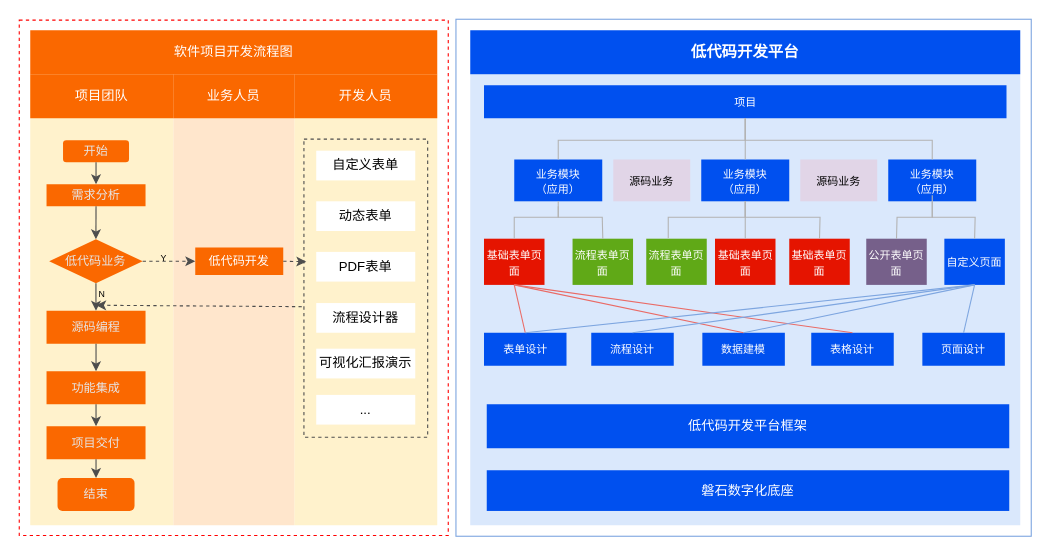
Above: 低代码—研究内容——新版.drawio in tangyaosimida/love (draw.io), before the change. Source tidied: cells renumbered, new cells numbered last; positions are measured from the earlier drawing's top-left corner, leaving out a move shared by most shapes. Both pictures are drawn from the tidied source at 110%, with x=0, y=0 at pixel (19, 19).
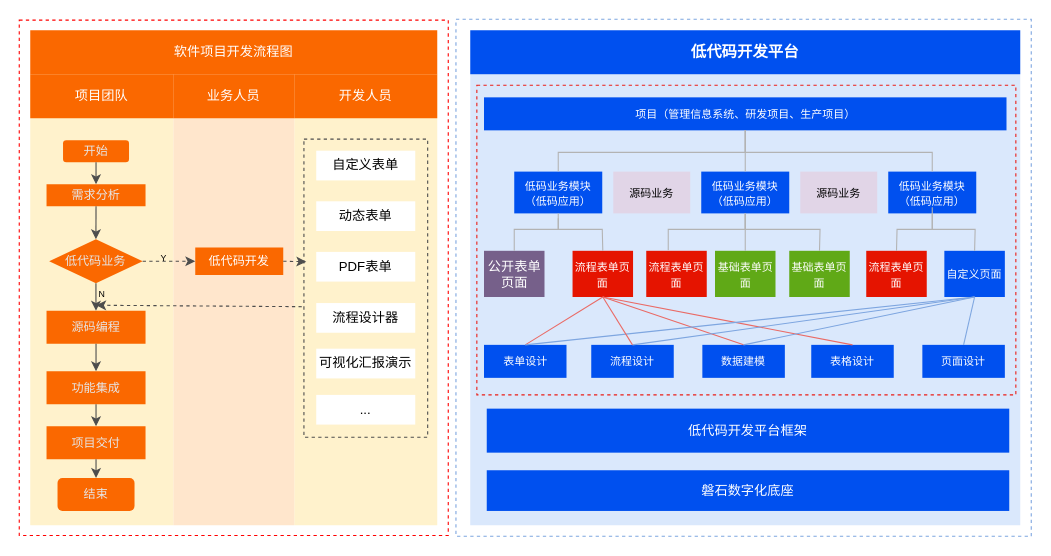
The same diagram, later.

Commit message:
更新低代码—研究内容——新版.drawio

The edit, as a diff of the source:
```diff
@@
+    <mxCell id="34" style="rounded=0;whiteSpace=wrap;html=1;fillColor=none;strokeColor=#7EA6E0;strokeWidth=1;dashed=1;" parent="1" vertex="1">
+      <mxGeometry x="397" width="523" height="470" as="geometry" />
+    </mxCell>
@@
+    <mxCell id="77" style="rounded=0;whiteSpace=wrap;html=1;fillColor=none;dashed=1;strokeColor=#EA1E17;" parent="1" vertex="1">
+      <mxGeometry x="416" y="60" width="490" height="281.5" as="geometry" />
+    </mxCell>
@@
-    <mxCell id="34" style="rounded=0;whiteSpace=wrap;html=1;fillColor=none;strokeColor=#7EA6E0;strokeWidth=1;" parent="1" vertex="1">
-      <mxGeometry x="397" width="523" height="470" as="geometry" />
-    </mxCell>
@@
     <mxCell id="36" value="低代码开发平台框架" style="rounded=0;whiteSpace=wrap;html=1;fillColor=#0050ef;fontColor=#ffffff;strokeColor=none;align=center;" parent="1" vertex="1">
-      <mxGeometry x="425" y="350" width="475" height="40" as="geometry" />
+      <mxGeometry x="425" y="354" width="475" height="40" as="geometry" />
     </mxCell>
@@
-    <mxCell id="41" value="&lt;font style=&quot;font-size: 10px;&quot;&gt;项目&lt;/font&gt;" style="rounded=0;whiteSpace=wrap;html=1;fillColor=#0050ef;fontColor=#ffffff;strokeColor=none;align=center;" parent="1" vertex="1">
-      <mxGeometry x="422.5" y="60" width="475" height="30" as="geometry" />
+    <mxCell id="41" value="&lt;span style=&quot;font-size: 10px;&quot;&gt;项目（管理信息系统、研发项目、生产项目）&lt;/span&gt;" style="rounded=0;whiteSpace=wrap;html=1;fillColor=#0050ef;fontColor=#ffffff;strokeColor=none;align=center;" parent="1" vertex="1">
+      <mxGeometry x="422.5" y="71" width="475" height="30" as="geometry" />
     </mxCell>
-    <mxCell id="42" value="&lt;font style=&quot;font-size: 10px;&quot;&gt;业务模块&lt;/font&gt;&lt;div style=&quot;font-size: 10px;&quot;&gt;&lt;font style=&quot;font-size: 10px;&quot;&gt;（应用）&lt;/font&gt;&lt;/div&gt;" style="rounded=0;whiteSpace=wrap;html=1;fillColor=#0050ef;fontColor=#ffffff;strokeColor=none;align=center;" parent="1" vertex="1">
-      <mxGeometry x="450" y="127.5" width="80" height="38" as="geometry" />
+    <mxCell id="42" value="&lt;font style=&quot;font-size: 10px;&quot;&gt;低码业务模块&lt;/font&gt;&lt;div style=&quot;font-size: 10px;&quot;&gt;&lt;font style=&quot;font-size: 10px;&quot;&gt;（低码应用）&lt;/font&gt;&lt;/div&gt;" style="rounded=0;whiteSpace=wrap;html=1;fillColor=#0050ef;fontColor=#ffffff;strokeColor=none;align=center;" parent="1" vertex="1">
+      <mxGeometry x="450" y="138.5" width="80" height="38" as="geometry" />
     </mxCell>
-    <mxCell id="43" value="&lt;font style=&quot;font-size: 10px;&quot;&gt;流程表单页面&lt;/font&gt;" style="rounded=0;whiteSpace=wrap;html=1;fillColor=#60a917;fontColor=#ffffff;strokeColor=none;align=center;" parent="1" vertex="1">
-      <mxGeometry x="503" y="199.5" width="55" height="42" as="geometry" />
+    <mxCell id="43" value="&lt;font style=&quot;font-size: 10px;&quot;&gt;流程表单页面&lt;/font&gt;" style="rounded=0;whiteSpace=wrap;html=1;fillColor=#e51400;fontColor=#ffffff;strokeColor=none;align=center;" parent="1" vertex="1">
+      <mxGeometry x="503" y="210.5" width="55" height="42" as="geometry" />
     </mxCell>
     <mxCell id="44" value="&lt;font style=&quot;font-size: 10px;&quot;&gt;表单设计&lt;/font&gt;" style="rounded=0;whiteSpace=wrap;html=1;fillColor=#0050ef;fontColor=#ffffff;strokeColor=none;align=center;" parent="1" vertex="1">
-      <mxGeometry x="422.5" y="285" width="75" height="30" as="geometry" />
+      <mxGeometry x="422.5" y="296" width="75" height="30" as="geometry" />
     </mxCell>
@@
-    <mxCell id="46" value="&lt;font style=&quot;font-size: 10px;&quot;&gt;业务模块&lt;/font&gt;&lt;div style=&quot;font-size: 10px;&quot;&gt;&lt;font style=&quot;font-size: 10px;&quot;&gt;（应用）&lt;/font&gt;&lt;/div&gt;" style="rounded=0;whiteSpace=wrap;html=1;fillColor=#0050ef;fontColor=#ffffff;strokeColor=none;align=center;" parent="1" vertex="1">
-      <mxGeometry x="620" y="127.5" width="80" height="38" as="geometry" />
+    <mxCell id="46" value="&lt;font style=&quot;font-size: 10px;&quot;&gt;低码业务模块&lt;/font&gt;&lt;div style=&quot;font-size: 10px;&quot;&gt;&lt;font style=&quot;font-size: 10px;&quot;&gt;（低码应用）&lt;/font&gt;&lt;/div&gt;" style="rounded=0;whiteSpace=wrap;html=1;fillColor=#0050ef;fontColor=#ffffff;strokeColor=none;align=center;" parent="1" vertex="1">
+      <mxGeometry x="620" y="138.5" width="80" height="38" as="geometry" />
     </mxCell>
-    <mxCell id="47" value="&lt;font style=&quot;font-size: 10px;&quot;&gt;业务模块&lt;/font&gt;&lt;div style=&quot;font-size: 10px;&quot;&gt;&lt;font style=&quot;font-size: 10px;&quot;&gt;（应用）&lt;/font&gt;&lt;/div&gt;" style="rounded=0;whiteSpace=wrap;html=1;fillColor=#0050ef;fontColor=#ffffff;strokeColor=none;align=center;" parent="1" vertex="1">
-      <mxGeometry x="790" y="127.5" width="80" height="38" as="geometry" />
+    <mxCell id="47" value="&lt;font style=&quot;font-size: 10px;&quot;&gt;低码业务模块&lt;/font&gt;&lt;div style=&quot;font-size: 10px;&quot;&gt;&lt;font style=&quot;font-size: 10px;&quot;&gt;（低码应用）&lt;/font&gt;&lt;/div&gt;" style="rounded=0;whiteSpace=wrap;html=1;fillColor=#0050ef;fontColor=#ffffff;strokeColor=none;align=center;" parent="1" vertex="1">
+      <mxGeometry x="790" y="138.5" width="80" height="38" as="geometry" />
     </mxCell>
-    <mxCell id="48" value="&lt;font style=&quot;font-size: 10px;&quot;&gt;基础表单页面&lt;/font&gt;" style="rounded=0;whiteSpace=wrap;html=1;fillColor=#e51400;strokeColor=none;align=center;fontColor=#ffffff;" parent="1" vertex="1">
-      <mxGeometry x="422.5" y="199.5" width="55" height="42" as="geometry" />
+    <mxCell id="48" value="公开表单页面" style="rounded=0;whiteSpace=wrap;html=1;fillColor=#76608a;strokeColor=none;align=center;fontColor=#ffffff;" parent="1" vertex="1">
+      <mxGeometry x="422.5" y="210.5" width="55" height="42" as="geometry" />
     </mxCell>
-    <mxCell id="49" value="&lt;font style=&quot;font-size: 10px;&quot;&gt;流程表单页面&lt;/font&gt;" style="rounded=0;whiteSpace=wrap;html=1;fillColor=#60a917;fontColor=#ffffff;strokeColor=none;align=center;" parent="1" vertex="1">
-      <mxGeometry x="570" y="199.5" width="55" height="42" as="geometry" />
+    <mxCell id="49" value="&lt;font style=&quot;font-size: 10px;&quot;&gt;流程表单页面&lt;/font&gt;" style="rounded=0;whiteSpace=wrap;html=1;fillColor=#e51400;fontColor=#ffffff;strokeColor=none;align=center;" parent="1" vertex="1">
+      <mxGeometry x="570" y="210.5" width="55" height="42" as="geometry" />
     </mxCell>
-    <mxCell id="50" value="&lt;font style=&quot;font-size: 10px;&quot;&gt;基础表单页面&lt;/font&gt;" style="rounded=0;whiteSpace=wrap;html=1;fillColor=#e51400;strokeColor=none;align=center;fontColor=#ffffff;" parent="1" vertex="1">
-      <mxGeometry x="632.5" y="199.5" width="55" height="42" as="geometry" />
+    <mxCell id="50" value="&lt;font style=&quot;font-size: 10px;&quot;&gt;基础表单页面&lt;/font&gt;" style="rounded=0;whiteSpace=wrap;html=1;fillColor=#60a917;strokeColor=none;align=center;fontColor=#ffffff;" parent="1" vertex="1">
+      <mxGeometry x="632.5" y="210.5" width="55" height="42" as="geometry" />
     </mxCell>
-    <mxCell id="51" value="&lt;font style=&quot;font-size: 10px;&quot;&gt;基础表单页面&lt;/font&gt;" style="rounded=0;whiteSpace=wrap;html=1;fillColor=#e51400;strokeColor=none;align=center;fontColor=#ffffff;" parent="1" vertex="1">
-      <mxGeometry x="700" y="199.5" width="55" height="42" as="geometry" />
+    <mxCell id="51" value="&lt;font style=&quot;font-size: 10px;&quot;&gt;基础表单页面&lt;/font&gt;" style="rounded=0;whiteSpace=wrap;html=1;fillColor=#60a917;strokeColor=none;align=center;fontColor=#ffffff;" parent="1" vertex="1">
+      <mxGeometry x="700" y="210.5" width="55" height="42" as="geometry" />
     </mxCell>
-    <mxCell id="52" value="&lt;font style=&quot;font-size: 10px;&quot;&gt;公开表单页面&lt;/font&gt;" style="rounded=0;whiteSpace=wrap;html=1;fillColor=#76608a;fontColor=#ffffff;strokeColor=none;align=center;" parent="1" vertex="1">
-      <mxGeometry x="770" y="199.5" width="55" height="42" as="geometry" />
+    <mxCell id="52" value="&lt;span style=&quot;font-size: 10px;&quot;&gt;流程表单页面&lt;/span&gt;" style="rounded=0;whiteSpace=wrap;html=1;fillColor=#e51400;fontColor=#ffffff;strokeColor=none;align=center;" parent="1" vertex="1">
+      <mxGeometry x="770" y="210.5" width="55" height="42" as="geometry" />
     </mxCell>
     <mxCell id="53" value="&lt;font style=&quot;font-size: 10px;&quot;&gt;自定义页面&lt;/font&gt;" style="rounded=0;whiteSpace=wrap;html=1;fillColor=#0050ef;fontColor=#ffffff;strokeColor=none;align=center;" parent="1" vertex="1">
-      <mxGeometry x="841" y="199.5" width="55" height="42" as="geometry" />
+      <mxGeometry x="841" y="210.5" width="55" height="42" as="geometry" />
     </mxCell>
     <mxCell id="54" style="endArrow=none;html=1;rounded=0;exitX=0.5;exitY=0;exitDx=0;exitDy=0;entryX=0.5;entryY=1;entryDx=0;entryDy=0;strokeColor=#B3B3B3;" parent="1" edge="1" source="42" target="41">
       <mxGeometry relative="1" as="geometry">
         <Array as="points">
-          <mxPoint x="490" y="110" />
-          <mxPoint x="660" y="110" />
+          <mxPoint x="490" y="121" />
+          <mxPoint x="660" y="121" />
         </Array>
       </mxGeometry>
     </mxCell>
@@
     <mxCell id="56" style="endArrow=none;html=1;rounded=0;exitX=0.5;exitY=0;exitDx=0;exitDy=0;entryX=0.5;entryY=1;entryDx=0;entryDy=0;strokeColor=#B3B3B3;" parent="1" edge="1" source="47" target="41">
       <mxGeometry relative="1" as="geometry">
         <Array as="points">
-          <mxPoint x="830" y="110" />
-          <mxPoint x="660" y="110" />
+          <mxPoint x="830" y="121" />
+          <mxPoint x="660" y="121" />
         </Array>
       </mxGeometry>
     </mxCell>
     <mxCell id="57" style="endArrow=none;html=1;rounded=0;exitX=0.5;exitY=0;exitDx=0;exitDy=0;entryX=0.5;entryY=1;entryDx=0;entryDy=0;strokeColor=#B3B3B3;" parent="1" edge="1" source="48" target="42">
       <mxGeometry relative="1" as="geometry">
         <Array as="points">
-          <mxPoint x="450" y="180" />
-          <mxPoint x="490" y="180" />
+          <mxPoint x="450" y="191" />
+          <mxPoint x="490" y="191" />
         </Array>
       </mxGeometry>
     </mxCell>
     <mxCell id="58" style="endArrow=none;html=1;rounded=0;exitX=0.5;exitY=0;exitDx=0;exitDy=0;strokeColor=#B3B3B3;" parent="1" edge="1" source="43">
       <mxGeometry relative="1" as="geometry">
-        <mxPoint x="490" y="170" as="targetPoint" />
+        <mxPoint x="490" y="181" as="targetPoint" />
         <Array as="points">
-          <mxPoint x="530" y="180" />
-          <mxPoint x="490" y="180" />
+          <mxPoint x="530" y="191" />
+          <mxPoint x="490" y="191" />
         </Array>
       </mxGeometry>
     </mxCell>
     <mxCell id="59" style="endArrow=none;html=1;rounded=0;exitX=0.5;exitY=0;exitDx=0;exitDy=0;entryX=0.5;entryY=1;entryDx=0;entryDy=0;strokeColor=#B3B3B3;" parent="1" edge="1" target="46">
       <mxGeometry relative="1" as="geometry">
-        <mxPoint x="590" y="199" as="sourcePoint" />
+        <mxPoint x="590" y="210" as="sourcePoint" />
         <Array as="points">
-          <mxPoint x="590" y="180" />
-          <mxPoint x="660" y="180" />
+          <mxPoint x="590" y="191" />
+          <mxPoint x="660" y="191" />
         </Array>
       </mxGeometry>
     </mxCell>
@@
     <mxCell id="61" style="endArrow=none;html=1;rounded=0;entryX=0.5;entryY=0;entryDx=0;entryDy=0;exitX=0.5;exitY=1;exitDx=0;exitDy=0;strokeColor=#B3B3B3;" parent="1" edge="1" source="46" target="51">
       <mxGeometry relative="1" as="geometry">
         <Array as="points">
-          <mxPoint x="660" y="180" />
-          <mxPoint x="728" y="180" />
+          <mxPoint x="660" y="191" />
+          <mxPoint x="728" y="191" />
         </Array>
       </mxGeometry>
     </mxCell>
     <mxCell id="62" style="endArrow=none;html=1;rounded=0;exitX=0.5;exitY=0;exitDx=0;exitDy=0;strokeColor=#B3B3B3;" parent="1" edge="1" source="52">
       <mxGeometry relative="1" as="geometry">
-        <mxPoint x="830" y="160" as="targetPoint" />
+        <mxPoint x="830" y="171" as="targetPoint" />
         <Array as="points">
-          <mxPoint x="798" y="180" />
-          <mxPoint x="830" y="180" />
+          <mxPoint x="798" y="191" />
+          <mxPoint x="830" y="191" />
         </Array>
       </mxGeometry>
     </mxCell>
     <mxCell id="63" style="endArrow=none;html=1;rounded=0;entryX=0.5;entryY=0;entryDx=0;entryDy=0;exitX=0.5;exitY=1;exitDx=0;exitDy=0;strokeColor=#B3B3B3;" parent="1" edge="1" source="47" target="53">
       <mxGeometry relative="1" as="geometry">
         <Array as="points">
-          <mxPoint x="830" y="180" />
-          <mxPoint x="869" y="180" />
+          <mxPoint x="830" y="191" />
+          <mxPoint x="869" y="191" />
         </Array>
       </mxGeometry>
     </mxCell>
     <mxCell id="64" value="&lt;span style=&quot;font-size: 10px;&quot;&gt;源码业务&lt;/span&gt;" style="rounded=0;whiteSpace=wrap;html=1;fillColor=#e1d5e7;strokeColor=none;align=center;" parent="1" vertex="1">
-      <mxGeometry x="540" y="127.5" width="70" height="38" as="geometry" />
+      <mxGeometry x="540" y="138.5" width="70" height="38" as="geometry" />
     </mxCell>
     <mxCell id="65" value="&lt;span style=&quot;font-size: 10px;&quot;&gt;源码业务&lt;/span&gt;" style="rounded=0;whiteSpace=wrap;html=1;fillColor=#e1d5e7;strokeColor=none;align=center;" parent="1" vertex="1">
-      <mxGeometry x="710" y="127.5" width="70" height="38" as="geometry" />
+      <mxGeometry x="710" y="138.5" width="70" height="38" as="geometry" />
     </mxCell>
     <mxCell id="66" value="&lt;font style=&quot;font-size: 10px;&quot;&gt;流程设计&lt;/font&gt;" style="rounded=0;whiteSpace=wrap;html=1;fillColor=#0050ef;fontColor=#ffffff;strokeColor=none;align=center;" parent="1" vertex="1">
-      <mxGeometry x="520" y="285" width="75" height="30" as="geometry" />
+      <mxGeometry x="520" y="296" width="75" height="30" as="geometry" />
     </mxCell>
     <mxCell id="67" value="&lt;font style=&quot;font-size: 10px;&quot;&gt;数据建模&lt;/font&gt;" style="rounded=0;whiteSpace=wrap;html=1;fillColor=#0050ef;fontColor=#ffffff;strokeColor=none;align=center;" parent="1" vertex="1">
-      <mxGeometry x="621" y="285" width="75" height="30" as="geometry" />
+      <mxGeometry x="621" y="296" width="75" height="30" as="geometry" />
     </mxCell>
     <mxCell id="68" value="&lt;font style=&quot;font-size: 10px;&quot;&gt;页面设计&lt;/font&gt;" style="rounded=0;whiteSpace=wrap;html=1;fillColor=#0050ef;fontColor=#ffffff;strokeColor=none;align=center;" parent="1" vertex="1">
-      <mxGeometry x="821" y="285" width="75" height="30" as="geometry" />
+      <mxGeometry x="821" y="296" width="75" height="30" as="geometry" />
     </mxCell>
     <mxCell id="69" value="&lt;font style=&quot;font-size: 10px;&quot;&gt;表格设计&lt;/font&gt;" style="rounded=0;whiteSpace=wrap;html=1;fillColor=#0050ef;fontColor=#ffffff;strokeColor=none;align=center;" parent="1" vertex="1">
-      <mxGeometry x="720" y="285" width="75" height="30" as="geometry" />
+      <mxGeometry x="720" y="296" width="75" height="30" as="geometry" />
     </mxCell>
-    <mxCell id="70" style="endArrow=none;html=1;rounded=0;entryX=0.5;entryY=1;entryDx=0;entryDy=0;exitX=0.5;exitY=0;exitDx=0;exitDy=0;strokeColor=#EA6B66;" parent="1" edge="1" source="44" target="48">
+    <mxCell id="70" style="endArrow=none;html=1;rounded=0;exitX=0.5;exitY=0;exitDx=0;exitDy=0;strokeColor=#EA6B66;entryX=0.5;entryY=1;entryDx=0;entryDy=0;" parent="1" edge="1" source="44" target="43">
       <mxGeometry relative="1" as="geometry" />
     </mxCell>
-    <mxCell id="71" style="endArrow=none;html=1;rounded=0;exitX=0.5;exitY=0;exitDx=0;exitDy=0;entryX=0.5;entryY=1;entryDx=0;entryDy=0;strokeColor=#EA6B66;" parent="1" edge="1" source="67" target="48">
+    <mxCell id="71" style="endArrow=none;html=1;rounded=0;exitX=0.5;exitY=0;exitDx=0;exitDy=0;strokeColor=#EA6B66;entryX=0.5;entryY=1;entryDx=0;entryDy=0;" parent="1" edge="1" source="67" target="43">
       <mxGeometry relative="1" as="geometry" />
     </mxCell>
-    <mxCell id="72" style="endArrow=none;html=1;rounded=0;exitX=0.5;exitY=0;exitDx=0;exitDy=0;entryX=0.5;entryY=1;entryDx=0;entryDy=0;strokeColor=#EA6B66;" parent="1" edge="1" source="69" target="48">
+    <mxCell id="72" style="endArrow=none;html=1;rounded=0;exitX=0.5;exitY=0;exitDx=0;exitDy=0;entryX=0.5;entryY=1;entryDx=0;entryDy=0;strokeColor=#EA6B66;" parent="1" edge="1" source="69" target="43">
       <mxGeometry relative="1" as="geometry" />
     </mxCell>
@@
+    <mxCell id="78" style="endArrow=none;html=1;rounded=0;exitX=0.5;exitY=0;exitDx=0;exitDy=0;strokeColor=#EA6B66;entryX=0.5;entryY=1;entryDx=0;entryDy=0;" parent="1" edge="1" source="66" target="43">
+      <mxGeometry relative="1" as="geometry" />
+    </mxCell>
```
